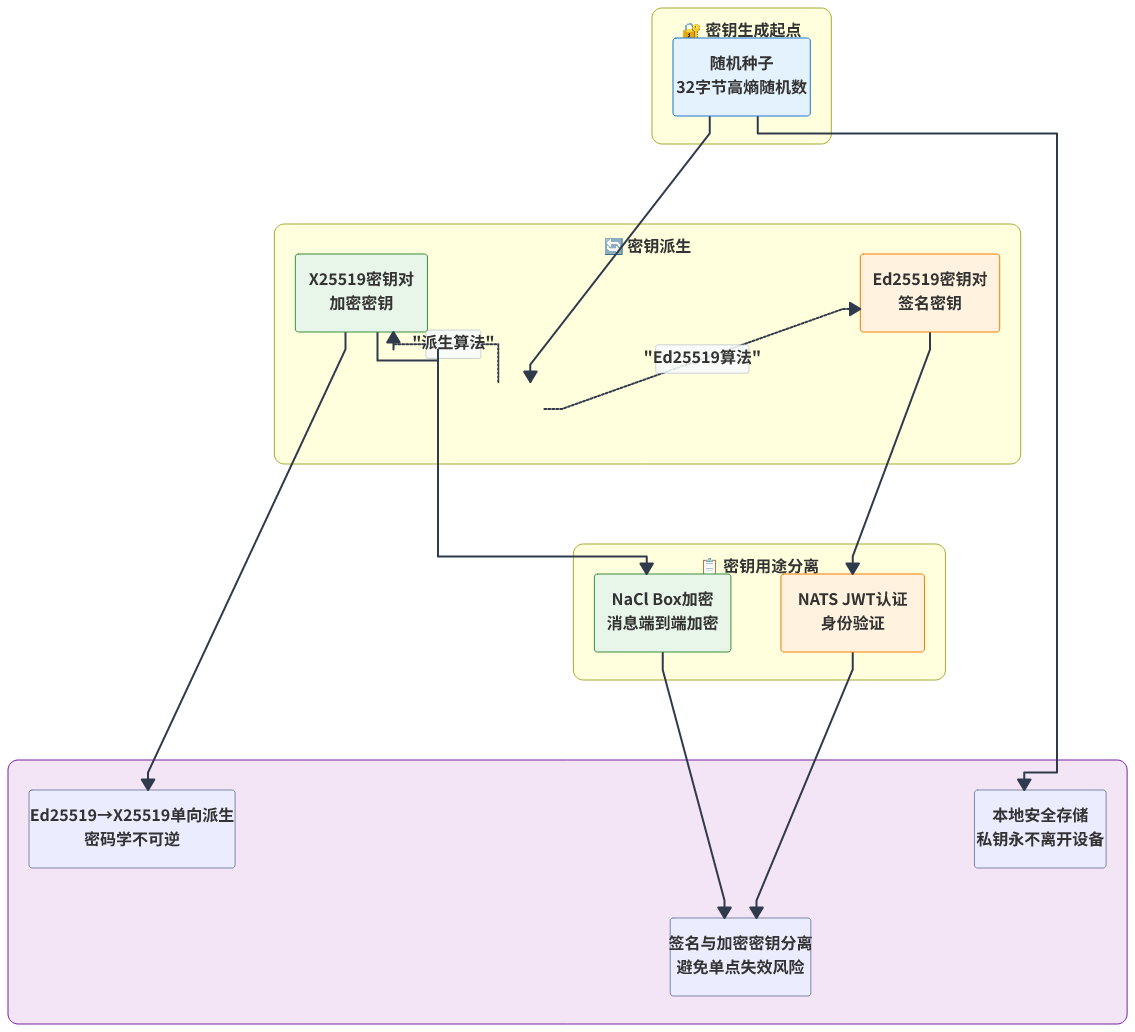
This is DecentralizedChat/paper/images/fig12_key_system.png from yixianOu/Dchat, a Mermaid export, as it was before one commit. Its source is kept beside it as DecentralizedChat/paper/diagrams/fig12_key_system.mmd.
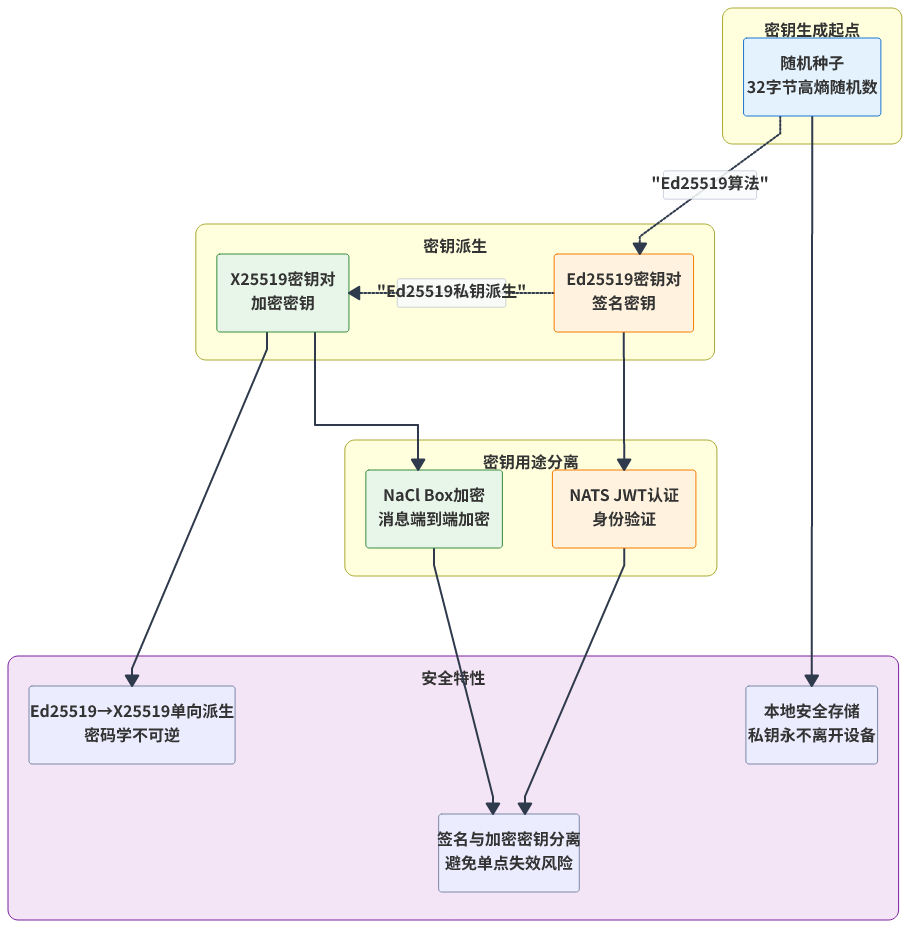
The same file after the commit.

The edit, as a diff of the source:
```diff
@@ -1,17 +1,18 @@
 flowchart TB
-    subgraph 种子["🔐 密钥生成起点"]
+    subgraph 种子["密钥生成起点"]
         Seed["随机种子<br/>32字节高熵随机数"]
     end
 
-    subgraph 密钥派生["🔄 密钥派生"]
+    subgraph 密钥派生["密钥派生"]
         direction LR
-        Seed2[""] -.->|"Ed25519算法"| Ed25519["Ed25519密钥对<br/>签名密钥"]
-        Seed2 -.->|"派生算法"| X25519["X25519密钥对<br/>加密密钥"]
+        Ed25519["Ed25519密钥对<br/>签名密钥"]
+        X25519["X25519密钥对<br/>加密密钥"]
     end
 
-    Seed --> Seed2
+    Seed -.->|"Ed25519算法"| Ed25519
+    Ed25519 -.->|"Ed25519私钥派生"| X25519
 
-    subgraph 用途分离["📋 密钥用途分离"]
+    subgraph 用途分离["密钥用途分离"]
         direction LR
         Auth["NATS JWT认证<br/>身份验证"]
         Encrypt["NaCl Box加密<br/>消息端到端加密"]
@@ -20,7 +21,7 @@
     Ed25519 --> Auth
     X25519 --> Encrypt
 
-    subgraph 安全特性["🛡️ 安全特性"]
+    subgraph 安全特性["安全特性"]
         direction TB
         S1["签名与加密密钥分离<br/>避免单点失效风险"]
         S2["Ed25519→X25519单向派生<br/>密码学不可逆"]
@@ -38,4 +39,3 @@
     style Auth fill:#fff3e0,stroke:#f57c00
     style Encrypt fill:#e8f5e9,stroke:#388e3c
     style 安全特性 fill:#f3e5f5,stroke:#7b1fa2
-    style Seed2 fill:transparent,stroke:transparent
```
